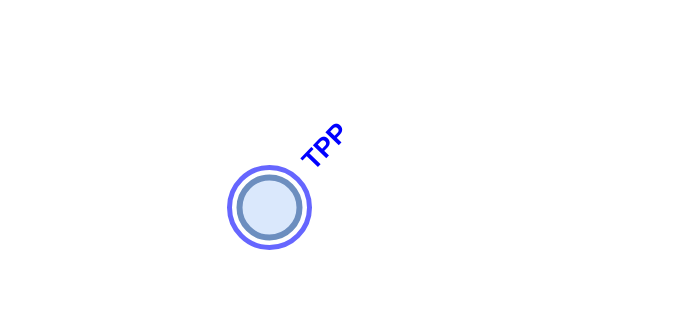
Earlier version of the draw.io diagram Untitled Diagram.drawio (Moustov/sw-craftsmanship-map). Source tidied: cells renumbered, new cells numbered last; positions are measured from the earlier drawing's top-left corner, leaving out a move shared by most shapes. Both pictures are drawn from the tidied source at 100%, with x=0, y=0 at pixel (229, 117).
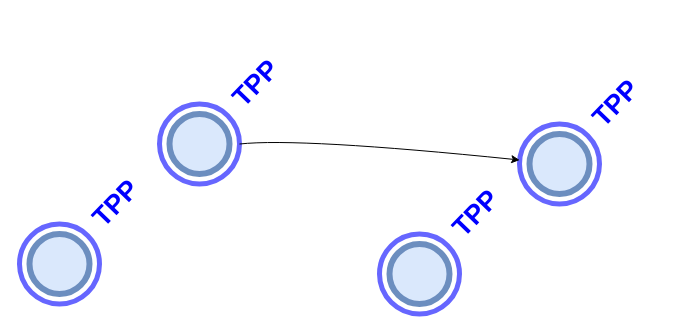
The same diagram, later.

The edit, as a diff of the source:
```diff
@@
+    <mxCell id="7" style="group;" parent="1" vertex="1">
+      <mxGeometry x="-210" y="20" width="160.4" height="166.5" as="geometry" />
+    </mxCell>
-    <mxCell id="2" style="group;" parent="1" vertex="1">
-      <mxGeometry y="50" width="80" height="80" as="geometry" />
+    <mxCell id="2" style="group;" parent="7" vertex="1">
+      <mxGeometry y="86.5" width="80" height="80" as="geometry" />
     </mxCell>
@@
-    <mxCell id="6" value="TPP" style="text;html=1;strokeColor=none;fillColor=none;align=left;verticalAlign=middle;whiteSpace=wrap;rounded=0;rotation=-46;fontSize=27;fontColor=#0000FF;fontStyle=1;" parent="1" vertex="1">
-      <mxGeometry x="60" width="110" height="20" as="geometry" />
+    <mxCell id="6" value="TPP" style="text;html=1;strokeColor=none;fillColor=none;align=left;verticalAlign=middle;whiteSpace=wrap;rounded=0;rotation=-46;fontSize=27;fontColor=#0000FF;fontStyle=1;" parent="7" vertex="1">
+      <mxGeometry x="60" y="36.5" width="110" height="20" as="geometry" />
     </mxCell>
+    <mxCell id="8" style="group;" parent="1" vertex="1">
+      <mxGeometry x="150" y="30" width="160.4" height="166.5" as="geometry" />
+    </mxCell>
+    <mxCell id="9" style="group;" parent="8" vertex="1">
+      <mxGeometry y="86.5" width="80" height="80" as="geometry" />
+    </mxCell>
+    <mxCell id="10" style="ellipse;whiteSpace=wrap;html=1;" parent="9" vertex="1">
+      <mxGeometry width="80" height="80" as="geometry" />
+    </mxCell>
+    <mxCell id="11" style="ellipse;whiteSpace=wrap;html=1;strokeWidth=5;strokeColor=#6666FF;" parent="9" vertex="1">
+      <mxGeometry width="80" height="80" as="geometry" />
+    </mxCell>
+    <mxCell id="12" style="ellipse;whiteSpace=wrap;html=1;strokeWidth=6;fillColor=#dae8fc;strokeColor=#6c8ebf;" parent="9" vertex="1">
+      <mxGeometry x="10" y="10" width="60" height="60" as="geometry" />
+    </mxCell>
+    <mxCell id="13" value="TPP" style="text;html=1;strokeColor=none;fillColor=none;align=left;verticalAlign=middle;whiteSpace=wrap;rounded=0;rotation=-46;fontSize=27;fontColor=#0000FF;fontStyle=1;" parent="8" vertex="1">
+      <mxGeometry x="60" y="36.5" width="110" height="20" as="geometry" />
+    </mxCell>
+    <mxCell id="14" style="group;" parent="1" vertex="1">
+      <mxGeometry x="-70" y="-100" width="160.4" height="166.5" as="geometry" />
+    </mxCell>
+    <mxCell id="15" style="group;" parent="14" vertex="1">
+      <mxGeometry y="86.5" width="80" height="80" as="geometry" />
+    </mxCell>
+    <mxCell id="16" style="ellipse;whiteSpace=wrap;html=1;" parent="15" vertex="1">
+      <mxGeometry width="80" height="80" as="geometry" />
+    </mxCell>
+    <mxCell id="17" style="ellipse;whiteSpace=wrap;html=1;strokeWidth=5;strokeColor=#6666FF;" parent="15" vertex="1">
+      <mxGeometry width="80" height="80" as="geometry" />
+    </mxCell>
+    <mxCell id="18" style="ellipse;whiteSpace=wrap;html=1;strokeWidth=6;fillColor=#dae8fc;strokeColor=#6c8ebf;" parent="15" vertex="1">
+      <mxGeometry x="10" y="10" width="60" height="60" as="geometry" />
+    </mxCell>
+    <mxCell id="19" value="TPP" style="text;html=1;strokeColor=none;fillColor=none;align=left;verticalAlign=middle;whiteSpace=wrap;rounded=0;rotation=-46;fontSize=27;fontColor=#0000FF;fontStyle=1;" parent="14" vertex="1">
+      <mxGeometry x="60" y="36.5" width="110" height="20" as="geometry" />
+    </mxCell>
+    <mxCell id="20" style="group;" parent="1" vertex="1">
+      <mxGeometry x="290" y="-80" width="160.4" height="166.5" as="geometry" />
+    </mxCell>
+    <mxCell id="21" style="group;" parent="20" vertex="1">
+      <mxGeometry y="86.5" width="80" height="80" as="geometry" />
+    </mxCell>
+    <mxCell id="22" style="ellipse;whiteSpace=wrap;html=1;" parent="21" vertex="1">
+      <mxGeometry width="80" height="80" as="geometry" />
+    </mxCell>
+    <mxCell id="23" style="ellipse;whiteSpace=wrap;html=1;strokeWidth=5;strokeColor=#6666FF;" parent="21" vertex="1">
+      <mxGeometry width="80" height="80" as="geometry" />
+    </mxCell>
+    <mxCell id="24" style="ellipse;whiteSpace=wrap;html=1;strokeWidth=6;fillColor=#dae8fc;strokeColor=#6c8ebf;" parent="21" vertex="1">
+      <mxGeometry x="10" y="10" width="60" height="60" as="geometry" />
+    </mxCell>
+    <mxCell id="25" value="TPP" style="text;html=1;strokeColor=none;fillColor=none;align=left;verticalAlign=middle;whiteSpace=wrap;rounded=0;rotation=-46;fontSize=27;fontColor=#0000FF;fontStyle=1;" parent="20" vertex="1">
+      <mxGeometry x="60" y="36.5" width="110" height="20" as="geometry" />
+    </mxCell>
+    <mxCell id="26" style="curved=1;endArrow=classic;html=1;fontSize=27;fontColor=#0000FF;exitX=1;exitY=0.5;exitDx=0;exitDy=0;" parent="1" edge="1" source="17" target="23">
+      <mxGeometry relative="1" as="geometry">
+        <Array as="points">
+          <mxPoint x="70" y="20" />
+        </Array>
+      </mxGeometry>
+    </mxCell>
```
